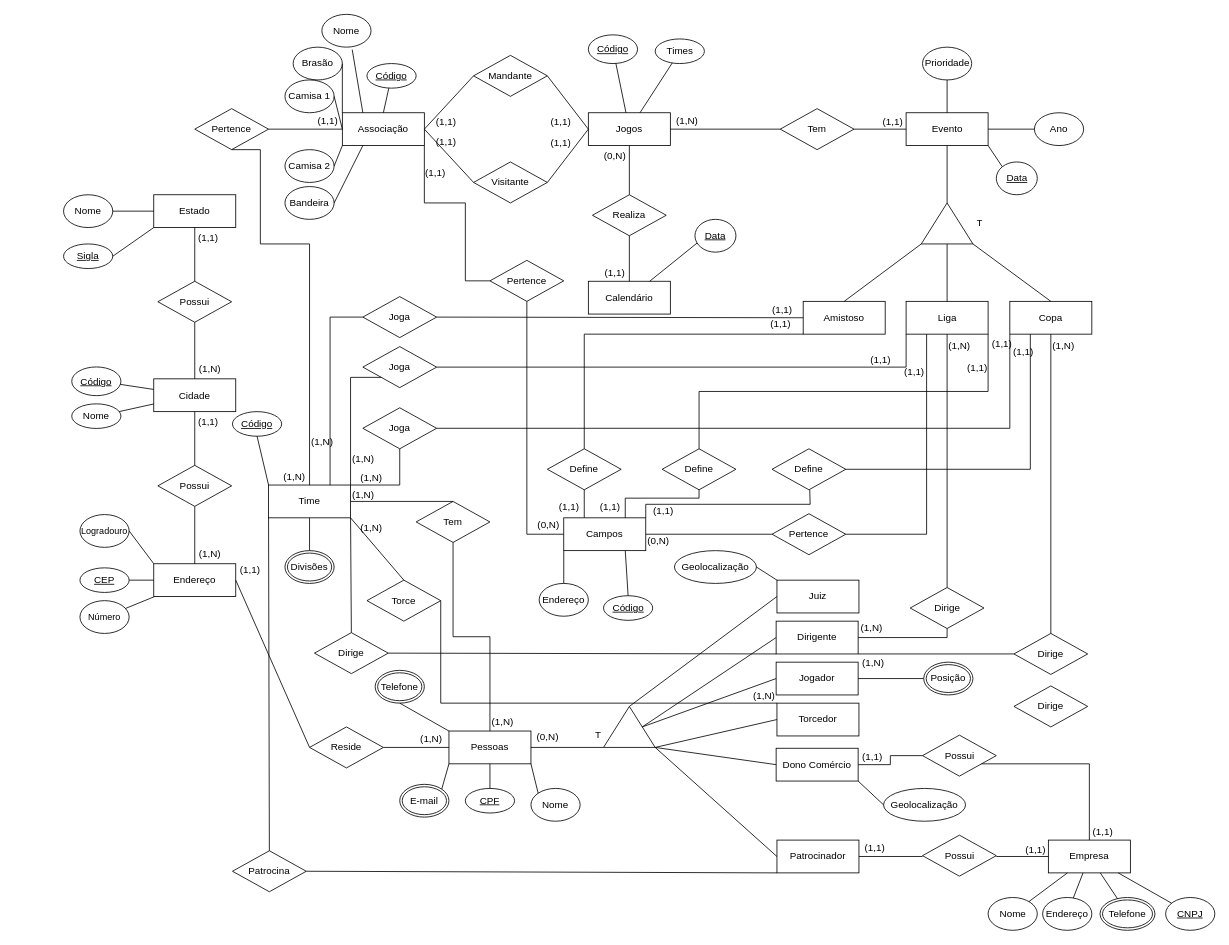
Earlier version of the draw.io diagram Conceitual/05_09_23 - GoVarzeaFinal.drawio (GuiMatheus1313/BD_GOVARZEA_Modelos). Source tidied: cells renumbered, new cells numbered last; positions are measured from the earlier drawing's top-left corner, leaving out a move shared by most shapes. Both pictures are drawn from the tidied source at 82%, with x=0, y=0 at pixel (63, 14).
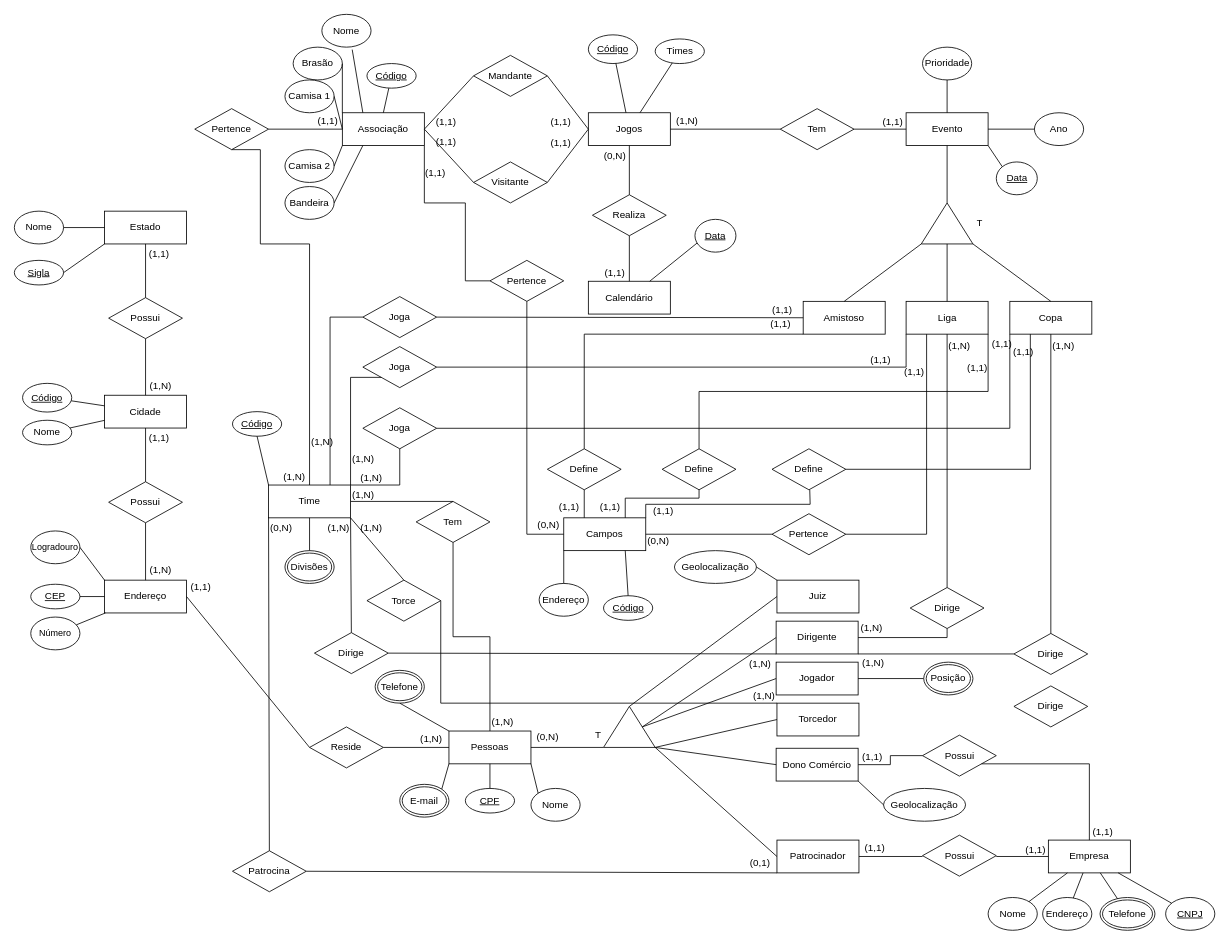
The same page after the edit.

What changed in the source:
```diff
@@
     <mxCell id="38" value="Endereço" style="whiteSpace=wrap;html=1;align=center;" parent="1" vertex="1">
-      <mxGeometry x="110" y="670" width="100" height="40" as="geometry" />
+      <mxGeometry x="50" y="690" width="100" height="40" as="geometry" />
     </mxCell>
@@
     <mxCell id="45" value="Cidade" style="whiteSpace=wrap;html=1;align=center;" parent="1" vertex="1">
-      <mxGeometry x="110" y="444.5" width="100" height="40" as="geometry" />
+      <mxGeometry x="50" y="464.5" width="100" height="40" as="geometry" />
     </mxCell>
     <mxCell id="46" value="Possui" style="shape=rhombus;perimeter=rhombusPerimeter;whiteSpace=wrap;html=1;align=center;" parent="1" vertex="1">
-      <mxGeometry x="115" y="550" width="90" height="50" as="geometry" />
+      <mxGeometry x="55" y="570" width="90" height="50" as="geometry" />
     </mxCell>
     <mxCell id="47" value="Estado" style="whiteSpace=wrap;html=1;align=center;" parent="1" vertex="1">
-      <mxGeometry x="110" y="220" width="100" height="40" as="geometry" />
+      <mxGeometry x="50" y="240" width="100" height="40" as="geometry" />
     </mxCell>
     <mxCell id="48" value="Possui" style="shape=rhombus;perimeter=rhombusPerimeter;whiteSpace=wrap;html=1;align=center;" parent="1" vertex="1">
-      <mxGeometry x="115" y="325.5" width="90" height="50" as="geometry" />
+      <mxGeometry x="55" y="345.5" width="90" height="50" as="geometry" />
     </mxCell>
     <mxCell id="49" value="Nome" style="ellipse;whiteSpace=wrap;html=1;align=center;" parent="1" vertex="1">
-      <mxGeometry y="220" width="60" height="40" as="geometry" />
+      <mxGeometry x="-60" y="240" width="60" height="40" as="geometry" />
     </mxCell>
     <mxCell id="50" value="CEP" style="ellipse;whiteSpace=wrap;html=1;align=center;fontStyle=4;" parent="1" vertex="1">
-      <mxGeometry x="20" y="675" width="60" height="30" as="geometry" />
+      <mxGeometry x="-40" y="695" width="60" height="30" as="geometry" />
     </mxCell>
@@
     <mxCell id="60" value="Sigla" style="ellipse;whiteSpace=wrap;html=1;align=center;fontStyle=4;" parent="1" vertex="1">
-      <mxGeometry y="280" width="60" height="30" as="geometry" />
+      <mxGeometry x="-60" y="300" width="60" height="30" as="geometry" />
     </mxCell>
     <mxCell id="61" value="Logradouro" style="ellipse;whiteSpace=wrap;html=1;align=center;fontSize=11;" parent="1" vertex="1">
-      <mxGeometry x="20" y="610" width="60" height="40" as="geometry" />
+      <mxGeometry x="-40" y="630" width="60" height="40" as="geometry" />
     </mxCell>
@@
     <mxCell id="162" value="Número" style="ellipse;whiteSpace=wrap;html=1;align=center;fontSize=11;" parent="1" vertex="1">
-      <mxGeometry x="20" y="715" width="60" height="40" as="geometry" />
+      <mxGeometry x="-40" y="735" width="60" height="40" as="geometry" />
     </mxCell>
@@
     <mxCell id="170" value="Código" style="ellipse;whiteSpace=wrap;html=1;align=center;fontStyle=4;" parent="1" vertex="1">
-      <mxGeometry x="10" y="430" width="60" height="35" as="geometry" />
+      <mxGeometry x="-50" y="450" width="60" height="35" as="geometry" />
     </mxCell>
     <mxCell id="171" value="Nome" style="ellipse;whiteSpace=wrap;html=1;align=center;" parent="1" vertex="1">
-      <mxGeometry x="10" y="475" width="60" height="30" as="geometry" />
+      <mxGeometry x="-50" y="495" width="60" height="30" as="geometry" />
     </mxCell>
@@
+    <mxCell id="223" value="(0,1)" style="html=1;whiteSpace=wrap;align=right;verticalAlign=bottom;" parent="1" vertex="1">
+      <mxGeometry x="870" y="1040" as="geometry">
+        <mxPoint x="-7" y="3" as="offset" />
+      </mxGeometry>
+    </mxCell>
+    <mxCell id="224" value="(0,N)" style="html=1;whiteSpace=wrap;align=right;verticalAlign=bottom;" parent="1" vertex="1">
+      <mxGeometry x="280" y="634" as="geometry" />
+    </mxCell>
+    <mxCell id="225" value="(1,N)" style="html=1;whiteSpace=wrap;align=right;verticalAlign=bottom;" parent="1" vertex="1">
+      <mxGeometry x="350" y="634" as="geometry" />
+    </mxCell>
+    <mxCell id="226" value="(1,N)" style="html=1;whiteSpace=wrap;align=right;verticalAlign=bottom;" parent="1" vertex="1">
+      <mxGeometry x="864" y="800" as="geometry" />
+    </mxCell>
```
